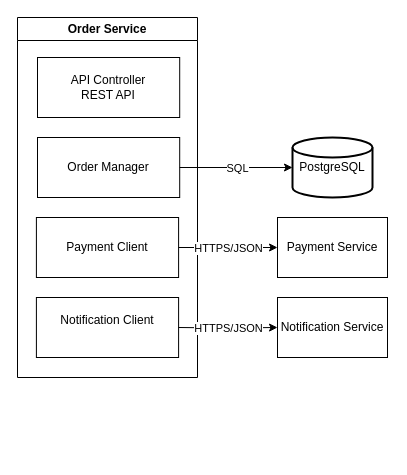
Before: page "Order" (5 of 11) of ABC C1.drawio in IlyaMoskva/diagrams, a draw.io diagram. Source tidied: cells renumbered, new cells numbered last; positions are measured from the earlier drawing's top-left corner, leaving out a move shared by most shapes. Both pictures are drawn from the tidied source at 100%, with x=0, y=0 at pixel (17, 17).
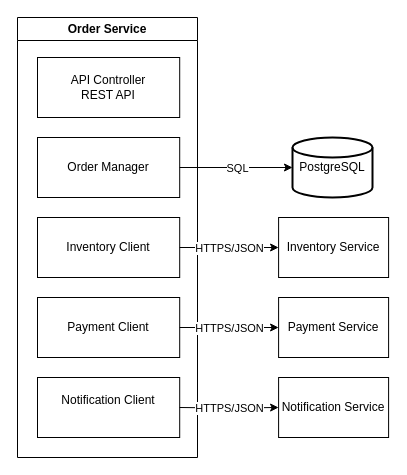
The same diagram, later.

What changed in the source:
```diff
@@
     <mxCell id="2" value="Order Service" style="swimlane;whiteSpace=wrap;html=1;" parent="1" vertex="1">
-      <mxGeometry width="180" height="360" as="geometry" />
+      <mxGeometry width="180" height="440" as="geometry" />
     </mxCell>
@@
+    <mxCell id="6" value="Order Manager" style="whiteSpace=wrap;html=1;" parent="2" vertex="1">
+      <mxGeometry x="20" y="120" width="142.2" height="60" as="geometry" />
+    </mxCell>
     <mxCell id="4" value="Notification Client&lt;div&gt;&lt;br&gt;&lt;/div&gt;" style="whiteSpace=wrap;html=1;" parent="2" vertex="1">
-      <mxGeometry x="18.9" y="280" width="142.2" height="60" as="geometry" />
+      <mxGeometry x="20" y="360" width="142.2" height="60" as="geometry" />
     </mxCell>
     <mxCell id="5" value="Payment Client" style="whiteSpace=wrap;html=1;" parent="2" vertex="1">
-      <mxGeometry x="18.9" y="200" width="142.2" height="60" as="geometry" />
+      <mxGeometry x="20" y="280" width="142.2" height="60" as="geometry" />
     </mxCell>
-    <mxCell id="6" value="Order Manager" style="whiteSpace=wrap;html=1;" parent="2" vertex="1">
-      <mxGeometry x="20" y="120" width="142.2" height="60" as="geometry" />
-    </mxCell>
-    <mxCell id="7" value="Payment Service" style="whiteSpace=wrap;html=1;" parent="1" vertex="1">
-      <mxGeometry x="260" y="200" width="110" height="60" as="geometry" />
+    <mxCell id="7" value="Payment Service" style="whiteSpace=wrap;html=1;" parent="2" vertex="1">
+      <mxGeometry x="261.1" y="280" width="110" height="60" as="geometry" />
     </mxCell>
-    <mxCell id="8" style="edgeStyle=orthogonalEdgeStyle;rounded=0;jettySize=auto;html=1;" parent="1" edge="1" source="5" target="7">
+    <mxCell id="8" style="edgeStyle=orthogonalEdgeStyle;rounded=0;jettySize=auto;html=1;" parent="2" edge="1" source="5" target="7">
       <mxGeometry relative="1" as="geometry" />
     </mxCell>
@@
+    <mxCell id="13" value="Notification Service" style="whiteSpace=wrap;html=1;" parent="2" vertex="1">
+      <mxGeometry x="261.1" y="360" width="110" height="60" as="geometry" />
+    </mxCell>
+    <mxCell id="14" style="edgeStyle=orthogonalEdgeStyle;rounded=0;jettySize=auto;html=1;" parent="2" edge="1" target="13">
+      <mxGeometry relative="1" as="geometry">
+        <mxPoint x="162.1" y="390" as="sourcePoint" />
+      </mxGeometry>
+    </mxCell>
+    <mxCell id="15" value="HTTPS/JSON" style="edgeLabel;html=1;align=center;verticalAlign=middle;" parent="14" vertex="1">
+      <mxGeometry x="0.1" y="-2" relative="1" as="geometry">
+        <mxPoint x="-5" y="-2" as="offset" />
+      </mxGeometry>
+    </mxCell>
+    <mxCell id="16" value="Inventory Client" style="whiteSpace=wrap;html=1;" parent="2" vertex="1">
+      <mxGeometry x="20" y="200" width="142.2" height="60" as="geometry" />
+    </mxCell>
+    <mxCell id="17" value="Inventory Service" style="whiteSpace=wrap;html=1;" parent="2" vertex="1">
+      <mxGeometry x="261.1" y="200" width="110" height="60" as="geometry" />
+    </mxCell>
+    <mxCell id="18" style="edgeStyle=orthogonalEdgeStyle;rounded=0;jettySize=auto;html=1;" parent="2" edge="1" source="16" target="17">
+      <mxGeometry relative="1" as="geometry" />
+    </mxCell>
+    <mxCell id="19" value="HTTPS/JSON" style="edgeLabel;html=1;align=center;verticalAlign=middle;" parent="18" vertex="1">
+      <mxGeometry x="0.1" y="-2" relative="1" as="geometry">
+        <mxPoint x="-5" y="-2" as="offset" />
+      </mxGeometry>
+    </mxCell>
@@
-    <mxCell id="13" value="Notification Service" style="whiteSpace=wrap;html=1;" parent="1" vertex="1">
-      <mxGeometry x="260" y="280" width="110" height="60" as="geometry" />
-    </mxCell>
-    <mxCell id="14" style="edgeStyle=orthogonalEdgeStyle;rounded=0;jettySize=auto;html=1;" parent="1" edge="1" target="13">
-      <mxGeometry relative="1" as="geometry">
-        <mxPoint x="161" y="310" as="sourcePoint" />
-      </mxGeometry>
-    </mxCell>
-    <mxCell id="15" value="HTTPS/JSON" style="edgeLabel;html=1;align=center;verticalAlign=middle;" parent="14" vertex="1">
-      <mxGeometry x="0.1" y="-2" relative="1" as="geometry">
-        <mxPoint x="-5" y="-2" as="offset" />
-      </mxGeometry>
-    </mxCell>
```
